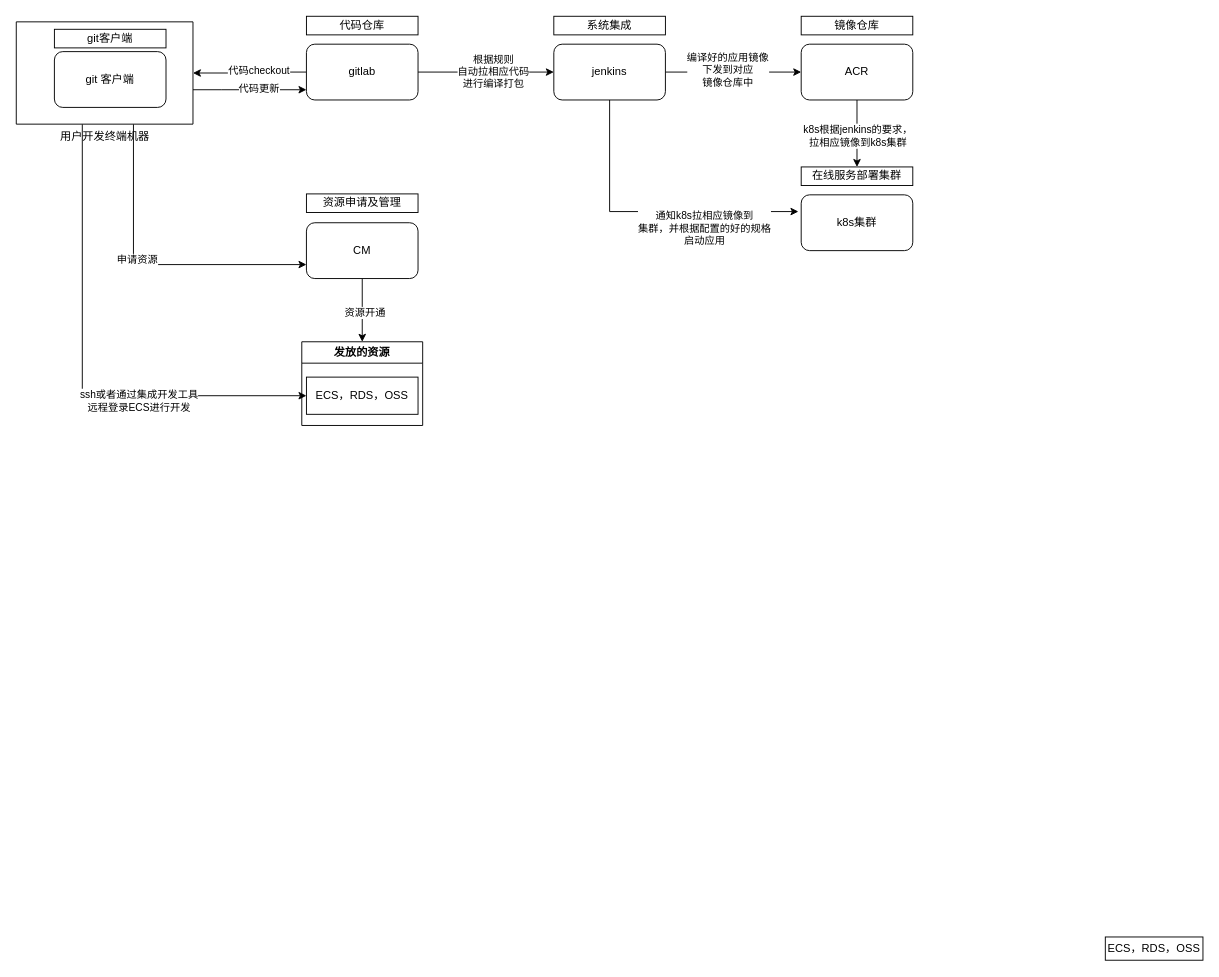
This is process.drawio from nieo2002/20K-cities, a draw.io file, before an edit. Source tidied: cells renumbered, new cells numbered last; positions are measured from the earlier drawing's top-left corner, leaving out a move shared by most shapes. Both pictures are drawn from the tidied source at 93%, with x=0, y=0 at pixel (16, 16).
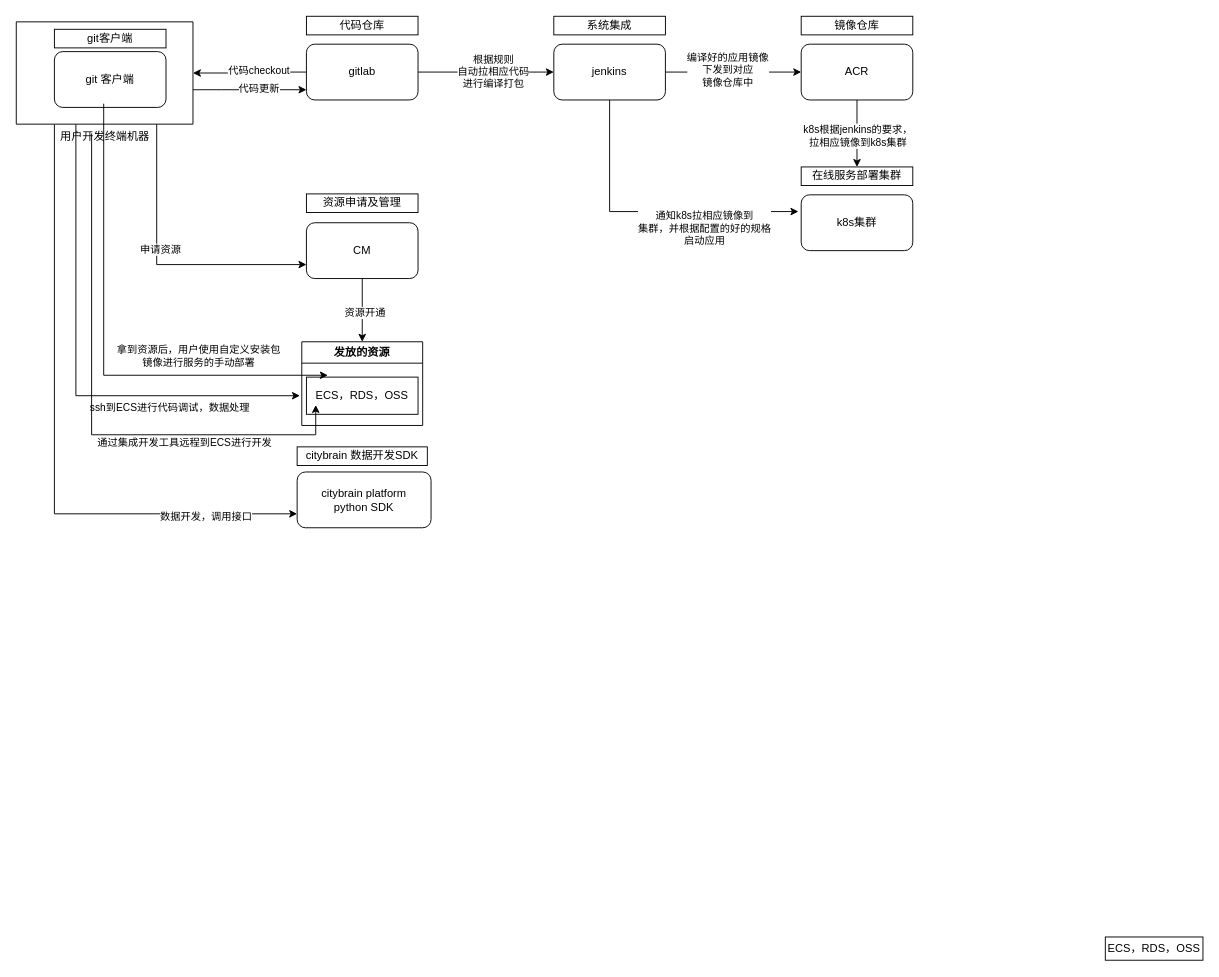
The same diagram, later.

Unchanged cells that the change refers to:
```xml
<mxCell id="9" value="用户开发终端机器" style="verticalLabelPosition=bottom;verticalAlign=top;html=1;shape=mxgraph.basic.rect;fillColor2=none;strokeWidth=1;size=20;indent=5;" parent="1" vertex="1">
  <mxGeometry y="6" width="190" height="110" as="geometry" />
</mxCell>
<mxCell id="18" value="CM" style="rounded=1;whiteSpace=wrap;html=1;" parent="1" vertex="1">
  <mxGeometry x="312" y="222" width="120" height="60" as="geometry" />
</mxCell>
<mxCell id="35" value="ECS，RDS，OSS" style="rounded=0;whiteSpace=wrap;html=1;" parent="1" vertex="1">
  <mxGeometry x="312" y="388" width="120" height="40" as="geometry" />
</mxCell>
```

Diff of the diagram source:
```diff
@@
     <mxCell id="3" style="edgeStyle=orthogonalEdgeStyle;rounded=0;jettySize=auto;html=1;entryX=0;entryY=0.75;entryDx=0;entryDy=0;" parent="1" edge="1" source="9" target="18">
       <mxGeometry relative="1" as="geometry">
         <Array as="points">
-          <mxPoint x="126" y="267" />
+          <mxPoint x="151" y="267" />
         </Array>
       </mxGeometry>
     </mxCell>
@@
-    <mxCell id="7" style="edgeStyle=orthogonalEdgeStyle;rounded=0;jettySize=auto;html=1;entryX=0;entryY=0.5;entryDx=0;entryDy=0;" parent="1" edge="1" source="9" target="35">
+    <mxCell id="7" style="edgeStyle=orthogonalEdgeStyle;rounded=0;orthogonalLoop=1;jettySize=auto;html=1;entryX=0;entryY=0.5;entryDx=0;entryDy=0;" parent="1" edge="1">
       <mxGeometry relative="1" as="geometry">
+        <mxPoint x="64.1" y="116" as="sourcePoint" />
+        <mxPoint x="305" y="408" as="targetPoint" />
         <Array as="points">
-          <mxPoint x="71" y="408" />
+          <mxPoint x="64" y="408" />
         </Array>
       </mxGeometry>
     </mxCell>
-    <mxCell id="8" value="ssh或者通过集成开发工具&lt;br&gt;远程登录ECS进行开发" style="edgeLabel;html=1;align=center;verticalAlign=middle;" parent="7" vertex="1">
-      <mxGeometry x="0.32" y="-5" relative="1" as="geometry" />
+    <mxCell id="8" value="ssh到ECS进行代码调试，数据处理" style="edgeLabel;html=1;align=center;verticalAlign=middle;" parent="7" vertex="1">
+      <mxGeometry x="0.32" y="-5" relative="1" as="geometry">
+        <mxPoint x="40" y="7" as="offset" />
+      </mxGeometry>
     </mxCell>
+    <mxCell id="36" style="edgeStyle=orthogonalEdgeStyle;rounded=0;jettySize=auto;html=1;entryX=0;entryY=0.75;entryDx=0;entryDy=0;" parent="1" edge="1" source="9" target="38">
+      <mxGeometry relative="1" as="geometry">
+        <Array as="points">
+          <mxPoint x="41" y="535" />
+        </Array>
+      </mxGeometry>
+    </mxCell>
+    <mxCell id="37" value="数据开发，调用接口" style="edgeLabel;html=1;align=center;verticalAlign=middle;" parent="36" vertex="1">
+      <mxGeometry x="0.78" y="-2" relative="1" as="geometry">
+        <mxPoint x="-24" as="offset" />
+      </mxGeometry>
+    </mxCell>
@@
+    <mxCell id="38" value="citybrain platform&lt;br&gt;python SDK" style="rounded=1;whiteSpace=wrap;html=1;" parent="1" vertex="1">
+      <mxGeometry x="302" y="490" width="144" height="60" as="geometry" />
+    </mxCell>
+    <mxCell id="39" value="citybrain 数据开发SDK" style="rounded=0;whiteSpace=wrap;html=1;" parent="1" vertex="1">
+      <mxGeometry x="302" y="463" width="140" height="20" as="geometry" />
+    </mxCell>
+    <mxCell id="40" style="edgeStyle=orthogonalEdgeStyle;rounded=0;orthogonalLoop=1;jettySize=auto;html=1;entryX=0;entryY=0.5;entryDx=0;entryDy=0;" parent="1" edge="1">
+      <mxGeometry relative="1" as="geometry">
+        <mxPoint x="81" y="126" as="sourcePoint" />
+        <mxPoint x="322" y="418" as="targetPoint" />
+        <Array as="points">
+          <mxPoint x="81" y="450" />
+          <mxPoint x="322" y="450" />
+        </Array>
+      </mxGeometry>
+    </mxCell>
+    <mxCell id="41" value="通过集成开发工具远程到ECS进行开发" style="edgeLabel;html=1;align=center;verticalAlign=middle;" parent="40" vertex="1">
+      <mxGeometry x="0.32" y="-5" relative="1" as="geometry">
+        <mxPoint x="29" y="3" as="offset" />
+      </mxGeometry>
+    </mxCell>
+    <mxCell id="42" style="edgeStyle=orthogonalEdgeStyle;rounded=0;orthogonalLoop=1;jettySize=auto;html=1;entryX=0;entryY=0.5;entryDx=0;entryDy=0;" parent="1" edge="1">
+      <mxGeometry relative="1" as="geometry">
+        <mxPoint x="94" y="94" as="sourcePoint" />
+        <mxPoint x="335" y="386" as="targetPoint" />
+        <Array as="points">
+          <mxPoint x="94" y="386" />
+        </Array>
+      </mxGeometry>
+    </mxCell>
+    <mxCell id="43" value="拿到资源后，用户使用自定义安装包&lt;br&gt;镜像进行服务的手动部署" style="edgeLabel;html=1;align=center;verticalAlign=middle;" parent="42" vertex="1">
+      <mxGeometry x="0.32" y="-5" relative="1" as="geometry">
+        <mxPoint x="41" y="-26" as="offset" />
+      </mxGeometry>
+    </mxCell>
```
